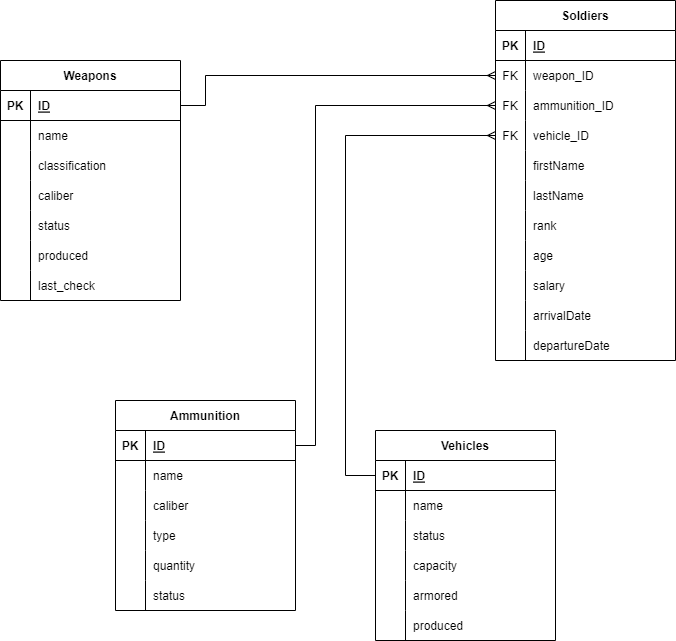
This is queries/lab_01/docs/ER.png from archeoss/bmstu-db-5th-sem, a draw.io export, as it was before one commit. Source tidied: cells renumbered, new cells last; positions are measured from the earlier drawing's top-left corner, leaving out a move shared by most shapes.
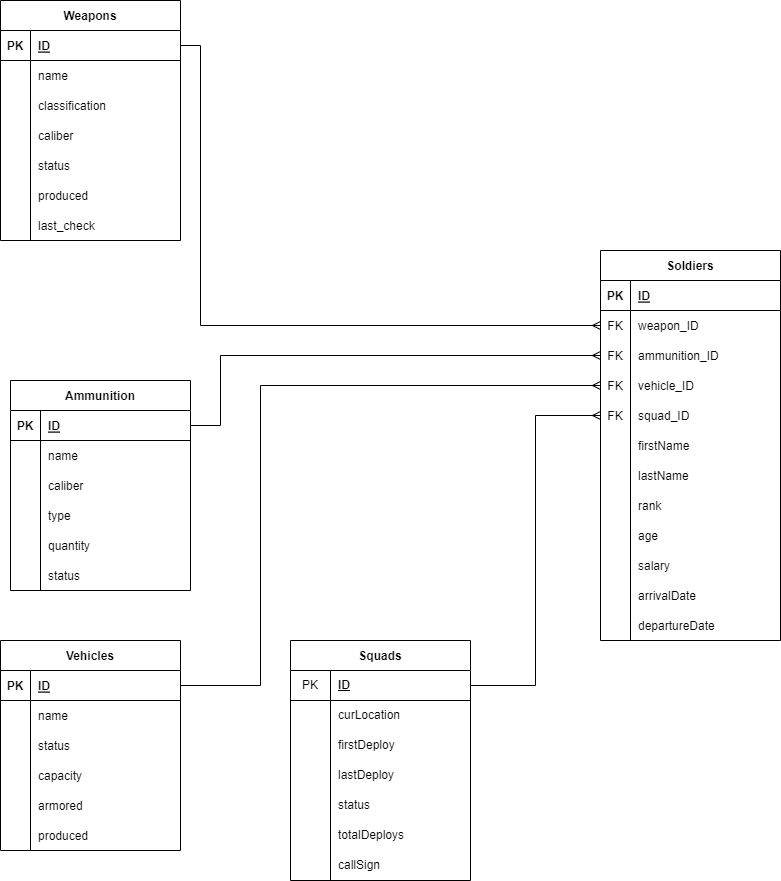
Later version of the same file.

The edit, as a diff of the source:
```diff
@@ -2,16 +2,16 @@
   <root>
     <mxCell id="0" />
     <mxCell id="1" parent="0" />
-    <mxCell id="2" style="edgeStyle=orthogonalEdgeStyle;rounded=0;jettySize=auto;html=1;endArrow=ERmany;endFill=0;entryX=0;entryY=0.5;entryDx=0;entryDy=0;exitX=0;exitY=0.5;exitDx=0;exitDy=0;" parent="1" edge="1" source="4" target="32">
+    <mxCell id="2" style="edgeStyle=orthogonalEdgeStyle;rounded=0;jettySize=auto;html=1;endArrow=ERmany;endFill=0;entryX=0;entryY=0.5;entryDx=0;entryDy=0;exitX=1;exitY=0.5;exitDx=0;exitDy=0;" parent="1" edge="1" source="4" target="32">
       <mxGeometry relative="1" as="geometry">
         <Array as="points">
-          <mxPoint x="345" y="475" />
-          <mxPoint x="345" y="135" />
+          <mxPoint x="155" y="435" />
+          <mxPoint x="155" y="135" />
         </Array>
       </mxGeometry>
     </mxCell>
     <mxCell id="3" value="Vehicles" style="shape=table;startSize=30;rowLines=0;fontStyle=1;align=center;" parent="1" vertex="1">
-      <mxGeometry x="375" y="430" width="180" height="210" as="geometry" />
+      <mxGeometry x="-105" y="390" width="180" height="210" as="geometry" />
     </mxCell>
     <mxCell id="4" style="shape=partialRectangle;fillColor=none;top=0;left=0;bottom=1;right=0;points=[[0,0.5],[1,0.5]];portConstraint=eastwest;" parent="3" vertex="1">
       <mxGeometry y="30" width="180" height="30" as="geometry" />
@@ -68,7 +68,7 @@
       <mxGeometry x="30" width="150" height="30" as="geometry" />
     </mxCell>
     <mxCell id="22" value="Soldiers" style="shape=table;startSize=30;rowLines=0;fontStyle=1;align=center;" parent="1" vertex="1">
-      <mxGeometry x="495" width="180" height="360" as="geometry" />
+      <mxGeometry x="495" width="180" height="390" as="geometry" />
     </mxCell>
     <mxCell id="23" style="shape=partialRectangle;fillColor=none;top=0;left=0;bottom=1;right=0;" parent="22" vertex="1">
       <mxGeometry y="30" width="180" height="30" as="geometry" />
@@ -106,8 +106,17 @@
     <mxCell id="34" value="vehicle_ID" style="shape=partialRectangle;fillColor=none;top=0;left=0;bottom=0;right=0;align=left;spacingLeft=6;overflow=hidden;" parent="32" vertex="1">
       <mxGeometry x="30" width="150" height="30" as="geometry" />
     </mxCell>
+    <mxCell id="99" style="shape=partialRectangle;fillColor=none;top=0;left=0;bottom=0;right=0;points=[[0,0.5],[1,0.5]];portConstraint=eastwest;" parent="22" vertex="1">
+      <mxGeometry y="150" width="180" height="30" as="geometry" />
+    </mxCell>
+    <mxCell id="100" value="FK" style="shape=partialRectangle;fillColor=none;top=0;left=0;bottom=0;right=0;overflow=hidden;" parent="99" vertex="1">
+      <mxGeometry width="30" height="30" as="geometry" />
+    </mxCell>
+    <mxCell id="101" value="squad_ID" style="shape=partialRectangle;fillColor=none;top=0;left=0;bottom=0;right=0;align=left;spacingLeft=6;overflow=hidden;" parent="99" vertex="1">
+      <mxGeometry x="30" width="150" height="30" as="geometry" />
+    </mxCell>
     <mxCell id="35" style="shape=partialRectangle;fillColor=none;top=0;left=0;bottom=0;right=0;" parent="22" vertex="1">
-      <mxGeometry y="150" width="180" height="30" as="geometry" />
+      <mxGeometry y="180" width="180" height="30" as="geometry" />
     </mxCell>
     <mxCell id="36" style="shape=partialRectangle;fillColor=none;top=0;left=0;bottom=0;right=0;overflow=hidden;" parent="35" vertex="1">
       <mxGeometry width="30" height="30" as="geometry" />
@@ -116,7 +125,7 @@
       <mxGeometry x="30" width="150" height="30" as="geometry" />
     </mxCell>
     <mxCell id="38" style="shape=partialRectangle;fillColor=none;top=0;left=0;bottom=0;right=0;" parent="22" vertex="1">
-      <mxGeometry y="180" width="180" height="30" as="geometry" />
+      <mxGeometry y="210" width="180" height="30" as="geometry" />
     </mxCell>
     <mxCell id="39" style="shape=partialRectangle;fillColor=none;top=0;left=0;bottom=0;right=0;overflow=hidden;" parent="38" vertex="1">
       <mxGeometry width="30" height="30" as="geometry" />
@@ -125,7 +134,7 @@
       <mxGeometry x="30" width="150" height="30" as="geometry" />
     </mxCell>
     <mxCell id="41" style="shape=partialRectangle;fillColor=none;top=0;left=0;bottom=0;right=0;" parent="22" vertex="1">
-      <mxGeometry y="210" width="180" height="30" as="geometry" />
+      <mxGeometry y="240" width="180" height="30" as="geometry" />
     </mxCell>
     <mxCell id="42" style="shape=partialRectangle;fillColor=none;top=0;left=0;bottom=0;right=0;overflow=hidden;" parent="41" vertex="1">
       <mxGeometry width="30" height="30" as="geometry" />
@@ -134,7 +143,7 @@
       <mxGeometry x="30" width="150" height="30" as="geometry" />
     </mxCell>
     <mxCell id="44" style="shape=partialRectangle;fillColor=none;top=0;left=0;bottom=0;right=0;" parent="22" vertex="1">
-      <mxGeometry y="240" width="180" height="30" as="geometry" />
+      <mxGeometry y="270" width="180" height="30" as="geometry" />
     </mxCell>
     <mxCell id="45" style="shape=partialRectangle;fillColor=none;top=0;left=0;bottom=0;right=0;overflow=hidden;" parent="44" vertex="1">
       <mxGeometry width="30" height="30" as="geometry" />
@@ -143,7 +152,7 @@
       <mxGeometry x="30" width="150" height="30" as="geometry" />
     </mxCell>
     <mxCell id="47" style="shape=partialRectangle;fillColor=none;top=0;left=0;bottom=0;right=0;" parent="22" vertex="1">
-      <mxGeometry y="270" width="180" height="30" as="geometry" />
+      <mxGeometry y="300" width="180" height="30" as="geometry" />
     </mxCell>
     <mxCell id="48" style="shape=partialRectangle;fillColor=none;top=0;left=0;bottom=0;right=0;overflow=hidden;" parent="47" vertex="1">
       <mxGeometry width="30" height="30" as="geometry" />
@@ -152,7 +161,7 @@
       <mxGeometry x="30" width="150" height="30" as="geometry" />
     </mxCell>
     <mxCell id="50" style="shape=partialRectangle;fillColor=none;top=0;left=0;bottom=0;right=0;" parent="22" vertex="1">
-      <mxGeometry y="300" width="180" height="30" as="geometry" />
+      <mxGeometry y="330" width="180" height="30" as="geometry" />
     </mxCell>
     <mxCell id="51" style="shape=partialRectangle;fillColor=none;top=0;left=0;bottom=0;right=0;overflow=hidden;" parent="50" vertex="1">
       <mxGeometry width="30" height="30" as="geometry" />
@@ -161,7 +170,7 @@
       <mxGeometry x="30" width="150" height="30" as="geometry" />
     </mxCell>
     <mxCell id="53" style="shape=partialRectangle;fillColor=none;top=0;left=0;bottom=0;right=0;" parent="22" vertex="1">
-      <mxGeometry y="330" width="180" height="30" as="geometry" />
+      <mxGeometry y="360" width="180" height="30" as="geometry" />
     </mxCell>
     <mxCell id="54" style="shape=partialRectangle;fillColor=none;top=0;left=0;bottom=0;right=0;overflow=hidden;" parent="53" vertex="1">
       <mxGeometry width="30" height="30" as="geometry" />
@@ -172,13 +181,13 @@
     <mxCell id="56" style="edgeStyle=orthogonalEdgeStyle;rounded=0;jettySize=auto;html=1;exitX=1;exitY=0.5;exitDx=0;exitDy=0;endArrow=ERmany;endFill=0;entryX=0;entryY=0.5;entryDx=0;entryDy=0;" parent="1" edge="1" source="58" target="26">
       <mxGeometry relative="1" as="geometry">
         <Array as="points">
-          <mxPoint x="205" y="105" />
-          <mxPoint x="205" y="75" />
+          <mxPoint x="95" y="-205" />
+          <mxPoint x="95" y="75" />
         </Array>
       </mxGeometry>
     </mxCell>
     <mxCell id="57" value="Weapons" style="shape=table;startSize=30;rowLines=0;fontStyle=1;align=center;" parent="1" vertex="1">
-      <mxGeometry y="60" width="180" height="240" as="geometry" />
+      <mxGeometry x="-105" y="-250" width="180" height="240" as="geometry" />
     </mxCell>
     <mxCell id="58" style="shape=partialRectangle;fillColor=none;top=0;left=0;bottom=1;right=0;points=[[0,0.5],[1,0.5]];portConstraint=eastwest;" parent="57" vertex="1">
       <mxGeometry y="30" width="180" height="30" as="geometry" />
@@ -246,13 +255,13 @@
     <mxCell id="79" style="edgeStyle=orthogonalEdgeStyle;rounded=0;jettySize=auto;html=1;entryX=0;entryY=0.5;entryDx=0;entryDy=0;endArrow=ERmany;endFill=0;exitX=1;exitY=0.5;exitDx=0;exitDy=0;" parent="1" edge="1" source="81" target="29">
       <mxGeometry relative="1" as="geometry">
         <Array as="points">
-          <mxPoint x="315" y="445" />
-          <mxPoint x="315" y="105" />
+          <mxPoint x="115" y="175" />
+          <mxPoint x="115" y="105" />
         </Array>
       </mxGeometry>
     </mxCell>
     <mxCell id="80" value="Ammunition" style="shape=table;startSize=30;rowLines=0;fontStyle=1;align=center;" parent="1" vertex="1">
-      <mxGeometry x="115" y="400" width="180" height="210" as="geometry" />
+      <mxGeometry x="-95" y="130" width="180" height="210" as="geometry" />
     </mxCell>
     <mxCell id="81" style="shape=partialRectangle;fillColor=none;top=0;left=0;bottom=1;right=0;points=[[0,0.5],[1,0.5]];portConstraint=eastwest;" parent="80" vertex="1">
       <mxGeometry y="30" width="180" height="30" as="geometry" />
@@ -308,5 +317,74 @@
     <mxCell id="98" value="status" style="shape=partialRectangle;fillColor=none;top=0;left=0;bottom=0;right=0;align=left;spacingLeft=6;overflow=hidden;" parent="96" vertex="1">
       <mxGeometry x="30" width="150" height="30" as="geometry" />
     </mxCell>
+    <mxCell id="102" value="Squads" style="shape=table;startSize=30;rowLines=0;fontStyle=1;align=center;" parent="1" vertex="1">
+      <mxGeometry x="185" y="390" width="180" height="240" as="geometry" />
+    </mxCell>
+    <mxCell id="103" style="shape=partialRectangle;html=1;whiteSpace=wrap;fillColor=none;top=0;left=0;bottom=1;right=0;points=[[0,0.5],[1,0.5]];portConstraint=eastwest;" parent="102" vertex="1">
+      <mxGeometry y="30" width="180" height="30" as="geometry" />
+    </mxCell>
+    <mxCell id="104" value="PK" style="shape=partialRectangle;html=1;whiteSpace=wrap;fillColor=none;top=0;left=0;bottom=0;right=0;overflow=hidden;" parent="103" vertex="1">
+      <mxGeometry width="40" height="30" as="geometry" />
+    </mxCell>
+    <mxCell id="105" value="&lt;b&gt;&lt;u&gt;ID&lt;/u&gt;&lt;/b&gt;" style="shape=partialRectangle;html=1;whiteSpace=wrap;fillColor=none;top=0;left=0;bottom=0;right=0;align=left;spacingLeft=6;overflow=hidden;" parent="103" vertex="1">
+      <mxGeometry x="40" width="140" height="30" as="geometry" />
+    </mxCell>
+    <mxCell id="106" style="shape=partialRectangle;html=1;whiteSpace=wrap;fillColor=none;top=0;left=0;bottom=0;right=0;" parent="102" vertex="1">
+      <mxGeometry y="60" width="180" height="30" as="geometry" />
+    </mxCell>
+    <mxCell id="107" style="shape=partialRectangle;html=1;whiteSpace=wrap;fillColor=none;top=0;left=0;bottom=0;right=0;overflow=hidden;" parent="106" vertex="1">
+      <mxGeometry width="40" height="30" as="geometry" />
+    </mxCell>
+    <mxCell id="108" value="curLocation" style="shape=partialRectangle;html=1;whiteSpace=wrap;fillColor=none;top=0;left=0;bottom=0;right=0;align=left;spacingLeft=6;overflow=hidden;" parent="106" vertex="1">
+      <mxGeometry x="40" width="140" height="30" as="geometry" />
+    </mxCell>
+    <mxCell id="109" style="shape=partialRectangle;html=1;whiteSpace=wrap;fillColor=none;top=0;left=0;bottom=0;right=0;" parent="102" vertex="1">
+      <mxGeometry y="90" width="180" height="30" as="geometry" />
+    </mxCell>
+    <mxCell id="110" style="shape=partialRectangle;html=1;whiteSpace=wrap;fillColor=none;top=0;left=0;bottom=0;right=0;overflow=hidden;" parent="109" vertex="1">
+      <mxGeometry width="40" height="30" as="geometry" />
+    </mxCell>
+    <mxCell id="111" value="firstDeploy" style="shape=partialRectangle;html=1;whiteSpace=wrap;fillColor=none;top=0;left=0;bottom=0;right=0;align=left;spacingLeft=6;overflow=hidden;" parent="109" vertex="1">
+      <mxGeometry x="40" width="140" height="30" as="geometry" />
+    </mxCell>
+    <mxCell id="112" style="shape=partialRectangle;html=1;whiteSpace=wrap;fillColor=none;top=0;left=0;bottom=0;right=0;" parent="102" vertex="1">
+      <mxGeometry y="120" width="180" height="30" as="geometry" />
+    </mxCell>
+    <mxCell id="113" style="shape=partialRectangle;html=1;whiteSpace=wrap;fillColor=none;top=0;left=0;bottom=0;right=0;overflow=hidden;" parent="112" vertex="1">
+      <mxGeometry width="40" height="30" as="geometry" />
+    </mxCell>
+    <mxCell id="114" value="lastDeploy" style="shape=partialRectangle;html=1;whiteSpace=wrap;fillColor=none;top=0;left=0;bottom=0;right=0;align=left;spacingLeft=6;overflow=hidden;" parent="112" vertex="1">
+      <mxGeometry x="40" width="140" height="30" as="geometry" />
+    </mxCell>
+    <mxCell id="115" style="shape=partialRectangle;html=1;whiteSpace=wrap;fillColor=none;top=0;left=0;bottom=0;right=0;" parent="102" vertex="1">
+      <mxGeometry y="150" width="180" height="30" as="geometry" />
+    </mxCell>
+    <mxCell id="116" style="shape=partialRectangle;html=1;whiteSpace=wrap;fillColor=none;top=0;left=0;bottom=0;right=0;overflow=hidden;" parent="115" vertex="1">
+      <mxGeometry width="40" height="30" as="geometry" />
+    </mxCell>
+    <mxCell id="117" value="status" style="shape=partialRectangle;html=1;whiteSpace=wrap;fillColor=none;top=0;left=0;bottom=0;right=0;align=left;spacingLeft=6;overflow=hidden;" parent="115" vertex="1">
+      <mxGeometry x="40" width="140" height="30" as="geometry" />
+    </mxCell>
+    <mxCell id="118" style="shape=partialRectangle;html=1;whiteSpace=wrap;fillColor=none;top=0;left=0;bottom=0;right=0;" parent="102" vertex="1">
+      <mxGeometry y="180" width="180" height="30" as="geometry" />
+    </mxCell>
+    <mxCell id="119" style="shape=partialRectangle;html=1;whiteSpace=wrap;fillColor=none;top=0;left=0;bottom=0;right=0;overflow=hidden;" parent="118" vertex="1">
+      <mxGeometry width="40" height="30" as="geometry" />
+    </mxCell>
+    <mxCell id="120" value="totalDeploys" style="shape=partialRectangle;html=1;whiteSpace=wrap;fillColor=none;top=0;left=0;bottom=0;right=0;align=left;spacingLeft=6;overflow=hidden;" parent="118" vertex="1">
+      <mxGeometry x="40" width="140" height="30" as="geometry" />
+    </mxCell>
+    <mxCell id="121" style="shape=partialRectangle;html=1;whiteSpace=wrap;fillColor=none;top=0;left=0;bottom=0;right=0;" parent="102" vertex="1">
+      <mxGeometry y="210" width="180" height="30" as="geometry" />
+    </mxCell>
+    <mxCell id="122" style="shape=partialRectangle;html=1;whiteSpace=wrap;fillColor=none;top=0;left=0;bottom=0;right=0;overflow=hidden;" parent="121" vertex="1">
+      <mxGeometry width="40" height="30" as="geometry" />
+    </mxCell>
+    <mxCell id="123" value="callSign" style="shape=partialRectangle;html=1;whiteSpace=wrap;fillColor=none;top=0;left=0;bottom=0;right=0;align=left;spacingLeft=6;overflow=hidden;" parent="121" vertex="1">
+      <mxGeometry x="40" width="140" height="30" as="geometry" />
+    </mxCell>
+    <mxCell id="124" style="edgeStyle=orthogonalEdgeStyle;rounded=0;jettySize=auto;html=1;exitX=1;exitY=0.5;exitDx=0;exitDy=0;entryX=0;entryY=0.5;entryDx=0;entryDy=0;endArrow=ERmany;endFill=0;" parent="1" edge="1" source="103" target="99">
+      <mxGeometry relative="1" as="geometry" />
+    </mxCell>
   </root>
 </mxGraphModel>
```
